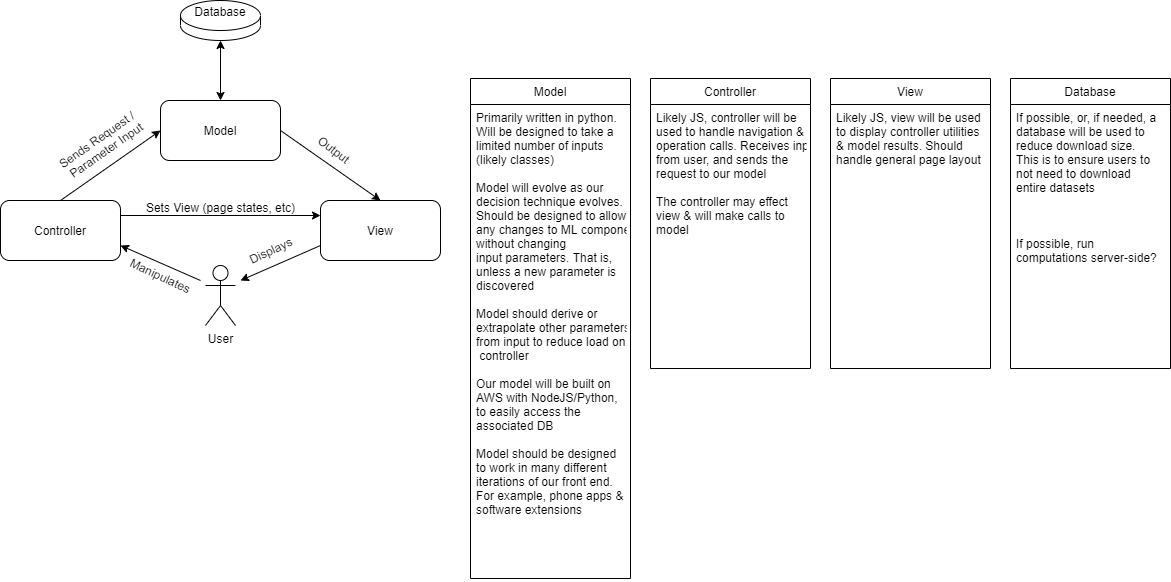
The draw.io diagram Documentation/Architecture/MVC/mvc.png in lane203m/SoundByte, before a commit. Source tidied: cells renumbered, new cells last; positions are measured from the earlier drawing's top-left corner, leaving out a move shared by most shapes. Source of this version:
```xml
<mxGraphModel>
  <root>
    <mxCell id="0" />
    <mxCell id="1" parent="0" />
    <mxCell id="2" value="Controller" style="rounded=1;whiteSpace=wrap;html=1;" parent="1" vertex="1">
      <mxGeometry y="200" width="120" height="60" as="geometry" />
    </mxCell>
    <mxCell id="3" value="Model" style="rounded=1;whiteSpace=wrap;html=1;" parent="1" vertex="1">
      <mxGeometry x="160" y="100" width="120" height="60" as="geometry" />
    </mxCell>
    <mxCell id="4" value="View" style="rounded=1;whiteSpace=wrap;html=1;" parent="1" vertex="1">
      <mxGeometry x="320" y="200" width="120" height="60" as="geometry" />
    </mxCell>
    <mxCell id="5" value="User" style="shape=umlActor;verticalLabelPosition=bottom;verticalAlign=top;html=1;" parent="1" vertex="1">
      <mxGeometry x="205" y="265" width="30" height="60" as="geometry" />
    </mxCell>
    <mxCell id="6" style="endArrow=classic;html=1;entryX=0;entryY=0.25;entryDx=0;entryDy=0;exitX=1;exitY=0.25;exitDx=0;exitDy=0;" parent="1" edge="1" source="2" target="4">
      <mxGeometry relative="1" as="geometry" />
    </mxCell>
    <mxCell id="7" style="endArrow=classic;html=1;entryX=1;entryY=0.75;entryDx=0;entryDy=0;" parent="1" edge="1" target="2">
      <mxGeometry relative="1" as="geometry">
        <mxPoint x="200" y="280" as="sourcePoint" />
      </mxGeometry>
    </mxCell>
    <mxCell id="8" style="endArrow=classic;html=1;exitX=0;exitY=0.75;exitDx=0;exitDy=0;" parent="1" edge="1" source="4">
      <mxGeometry relative="1" as="geometry">
        <mxPoint x="240" y="280" as="targetPoint" />
      </mxGeometry>
    </mxCell>
    <mxCell id="9" style="endArrow=classic;html=1;exitX=0.5;exitY=0;exitDx=0;exitDy=0;entryX=0;entryY=0.5;entryDx=0;entryDy=0;" parent="1" edge="1" source="2" target="3">
      <mxGeometry relative="1" as="geometry" />
    </mxCell>
    <mxCell id="10" style="endArrow=classic;html=1;exitX=1;exitY=0.5;exitDx=0;exitDy=0;entryX=0.5;entryY=0;entryDx=0;entryDy=0;" parent="1" edge="1" source="3" target="4">
      <mxGeometry relative="1" as="geometry" />
    </mxCell>
    <mxCell id="11" value="Sends Request /&lt;br&gt;&amp;nbsp;Parameter Input" style="text;html=1;align=center;verticalAlign=middle;rotation=-35;" parent="1" vertex="1">
      <mxGeometry x="50" y="130" width="100" height="30" as="geometry" />
    </mxCell>
    <mxCell id="12" value="Output&amp;nbsp;" style="text;html=1;align=center;verticalAlign=middle;rotation=37;" parent="1" vertex="1">
      <mxGeometry x="310" y="140" width="50" height="20" as="geometry" />
    </mxCell>
    <mxCell id="13" value="Sets View (page states, etc)" style="text;html=1;align=center;verticalAlign=middle;" parent="1" vertex="1">
      <mxGeometry x="140" y="197" width="160" height="20" as="geometry" />
    </mxCell>
    <mxCell id="14" value="Manipulates" style="text;html=1;align=center;verticalAlign=middle;rotation=25;" parent="1" vertex="1">
      <mxGeometry x="120" y="265" width="80" height="20" as="geometry" />
    </mxCell>
    <mxCell id="15" value="Displays" style="text;html=1;align=center;verticalAlign=middle;rotation=-25;" parent="1" vertex="1">
      <mxGeometry x="240" y="240" width="60" height="20" as="geometry" />
    </mxCell>
    <mxCell id="16" value="Database&lt;br&gt;&lt;br&gt;&lt;br&gt;&lt;br&gt;" style="shape=cylinder3;whiteSpace=wrap;html=1;boundedLbl=1;backgroundOutline=1;size=15;" parent="1" vertex="1">
      <mxGeometry x="180" width="80" height="40" as="geometry" />
    </mxCell>
    <mxCell id="17" value="Model" style="swimlane;fontStyle=0;horizontal=1;startSize=26;fillColor=none;shadow=0;" parent="1" vertex="1">
      <mxGeometry x="470" y="78" width="160" height="500" as="geometry" />
    </mxCell>
    <mxCell id="18" value="Primarily written in python.&#10;Will be designed to take a &#10;limited number of inputs &#10;(likely classes)&#10;&#10;Model will evolve as our &#10;decision technique evolves.&#10;Should be designed to allow &#10;any changes to ML component &#10;without changing &#10;input parameters. That is, &#10;unless a new parameter is &#10;discovered &#10;&#10;Model should derive or &#10;extrapolate other parameters &#10;from input to reduce load on&#10; controller &#10;&#10;Our model will be built on &#10;AWS with NodeJS/Python, &#10;to easily access the &#10;associated DB&#10;&#10;Model should be designed &#10;to work in many different &#10;iterations of our front end. &#10;For example, phone apps &amp;&#10;software extensions" style="text;strokeColor=none;fillColor=none;align=left;verticalAlign=top;spacingLeft=4;spacingRight=4;overflow=hidden;" parent="17" vertex="1">
      <mxGeometry y="26" width="160" height="474" as="geometry" />
    </mxCell>
    <mxCell id="19" value="Controller" style="swimlane;fontStyle=0;horizontal=1;startSize=26;fillColor=none;shadow=0;" parent="1" vertex="1">
      <mxGeometry x="650" y="78" width="160" height="290" as="geometry" />
    </mxCell>
    <mxCell id="20" value="Likely JS, controller will be &#10;used to handle navigation &amp;&#10;operation calls. Receives input&#10;from user, and sends the &#10;request to our model&#10;&#10;The controller may effect &#10;view &amp; will make calls to &#10;model &#10;&#10;&#10;" style="text;strokeColor=none;fillColor=none;align=left;verticalAlign=top;spacingLeft=4;spacingRight=4;overflow=hidden;" parent="19" vertex="1">
      <mxGeometry y="26" width="160" height="264" as="geometry" />
    </mxCell>
    <mxCell id="21" style="endArrow=classic;startArrow=classic;html=1;exitX=0.5;exitY=0;exitDx=0;exitDy=0;entryX=0.5;entryY=1;entryDx=0;entryDy=0;entryPerimeter=0;" parent="1" edge="1" source="3" target="16">
      <mxGeometry relative="1" as="geometry" />
    </mxCell>
    <mxCell id="22" value="View" style="swimlane;fontStyle=0;horizontal=1;startSize=26;fillColor=none;shadow=0;" parent="1" vertex="1">
      <mxGeometry x="830" y="78" width="160" height="290" as="geometry" />
    </mxCell>
    <mxCell id="23" value="Likely JS, view will be used &#10;to display controller utilities &#10;&amp; model results. Should &#10;handle general page layout &#10;&#10;" style="text;strokeColor=none;fillColor=none;align=left;verticalAlign=top;spacingLeft=4;spacingRight=4;overflow=hidden;" parent="22" vertex="1">
      <mxGeometry y="26" width="160" height="264" as="geometry" />
    </mxCell>
    <mxCell id="24" value="Database" style="swimlane;fontStyle=0;horizontal=1;startSize=26;fillColor=none;shadow=0;" parent="1" vertex="1">
      <mxGeometry x="1010" y="78" width="160" height="290" as="geometry" />
    </mxCell>
    <mxCell id="25" value="If possible, or, if needed, a &#10;database will be used to &#10;reduce download size. &#10;This is to ensure users to &#10;not need to download  &#10;entire datasets &#10;&#10;&#10;&#10;If possible, run &#10;computations server-side? &#10;&#10;" style="text;strokeColor=none;fillColor=none;align=left;verticalAlign=top;spacingLeft=4;spacingRight=4;overflow=hidden;" parent="24" vertex="1">
      <mxGeometry y="26" width="160" height="264" as="geometry" />
    </mxCell>
  </root>
</mxGraphModel>
```
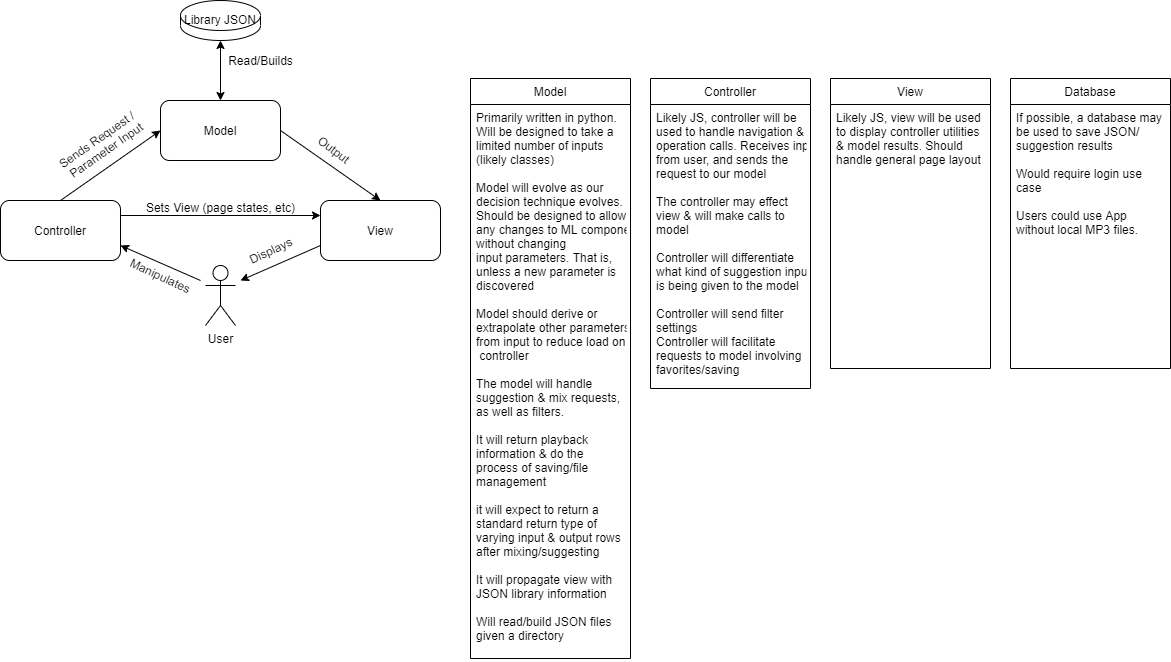
The same file after the commit.

Change to the diagram source:
```diff
@@ -48,20 +48,20 @@
     <mxCell id="15" value="Displays" style="text;html=1;align=center;verticalAlign=middle;rotation=-25;" parent="1" vertex="1">
       <mxGeometry x="240" y="240" width="60" height="20" as="geometry" />
     </mxCell>
-    <mxCell id="16" value="Database&lt;br&gt;&lt;br&gt;&lt;br&gt;&lt;br&gt;" style="shape=cylinder3;whiteSpace=wrap;html=1;boundedLbl=1;backgroundOutline=1;size=15;" parent="1" vertex="1">
+    <mxCell id="16" value="Library JSON&lt;br&gt;&lt;br&gt;&lt;br&gt;" style="shape=cylinder3;whiteSpace=wrap;html=1;boundedLbl=1;backgroundOutline=1;size=15;" parent="1" vertex="1">
       <mxGeometry x="180" width="80" height="40" as="geometry" />
     </mxCell>
     <mxCell id="17" value="Model" style="swimlane;fontStyle=0;horizontal=1;startSize=26;fillColor=none;shadow=0;" parent="1" vertex="1">
-      <mxGeometry x="470" y="78" width="160" height="500" as="geometry" />
+      <mxGeometry x="470" y="78" width="160" height="580" as="geometry" />
     </mxCell>
-    <mxCell id="18" value="Primarily written in python.&#10;Will be designed to take a &#10;limited number of inputs &#10;(likely classes)&#10;&#10;Model will evolve as our &#10;decision technique evolves.&#10;Should be designed to allow &#10;any changes to ML component &#10;without changing &#10;input parameters. That is, &#10;unless a new parameter is &#10;discovered &#10;&#10;Model should derive or &#10;extrapolate other parameters &#10;from input to reduce load on&#10; controller &#10;&#10;Our model will be built on &#10;AWS with NodeJS/Python, &#10;to easily access the &#10;associated DB&#10;&#10;Model should be designed &#10;to work in many different &#10;iterations of our front end. &#10;For example, phone apps &amp;&#10;software extensions" style="text;strokeColor=none;fillColor=none;align=left;verticalAlign=top;spacingLeft=4;spacingRight=4;overflow=hidden;" parent="17" vertex="1">
-      <mxGeometry y="26" width="160" height="474" as="geometry" />
+    <mxCell id="18" value="Primarily written in python.&#10;Will be designed to take a &#10;limited number of inputs &#10;(likely classes)&#10;&#10;Model will evolve as our &#10;decision technique evolves.&#10;Should be designed to allow &#10;any changes to ML component &#10;without changing &#10;input parameters. That is, &#10;unless a new parameter is &#10;discovered &#10;&#10;Model should derive or &#10;extrapolate other parameters &#10;from input to reduce load on&#10; controller &#10;&#10;The model will handle &#10;suggestion &amp; mix requests, &#10;as well as filters.&#10;&#10;It will return playback &#10;information &amp; do the &#10;process of saving/file &#10;management&#10;&#10;it will expect to return a &#10;standard return type of &#10;varying input &amp; output rows &#10;after mixing/suggesting&#10;&#10;It will propagate view with &#10;JSON library information&#10;&#10;Will read/build JSON files &#10;given a directory    &#10;" style="text;strokeColor=none;fillColor=none;align=left;verticalAlign=top;spacingLeft=4;spacingRight=4;overflow=hidden;" parent="17" vertex="1">
+      <mxGeometry y="26" width="160" height="554" as="geometry" />
     </mxCell>
     <mxCell id="19" value="Controller" style="swimlane;fontStyle=0;horizontal=1;startSize=26;fillColor=none;shadow=0;" parent="1" vertex="1">
-      <mxGeometry x="650" y="78" width="160" height="290" as="geometry" />
+      <mxGeometry x="650" y="78" width="160" height="310" as="geometry" />
     </mxCell>
-    <mxCell id="20" value="Likely JS, controller will be &#10;used to handle navigation &amp;&#10;operation calls. Receives input&#10;from user, and sends the &#10;request to our model&#10;&#10;The controller may effect &#10;view &amp; will make calls to &#10;model &#10;&#10;&#10;" style="text;strokeColor=none;fillColor=none;align=left;verticalAlign=top;spacingLeft=4;spacingRight=4;overflow=hidden;" parent="19" vertex="1">
-      <mxGeometry y="26" width="160" height="264" as="geometry" />
+    <mxCell id="20" value="Likely JS, controller will be &#10;used to handle navigation &amp;&#10;operation calls. Receives input&#10;from user, and sends the &#10;request to our model&#10;&#10;The controller may effect &#10;view &amp; will make calls to &#10;model &#10;&#10;Controller will differentiate &#10;what kind of suggestion input &#10;is being given to the model&#10;&#10;Controller will send filter &#10;settings&#10;Controller will facilitate &#10;requests to model involving &#10;favorites/saving &#10;&#10;" style="text;strokeColor=none;fillColor=none;align=left;verticalAlign=top;spacingLeft=4;spacingRight=4;overflow=hidden;" parent="19" vertex="1">
+      <mxGeometry y="26" width="160" height="284" as="geometry" />
     </mxCell>
     <mxCell id="21" style="endArrow=classic;startArrow=classic;html=1;exitX=0.5;exitY=0;exitDx=0;exitDy=0;entryX=0.5;entryY=1;entryDx=0;entryDy=0;entryPerimeter=0;" parent="1" edge="1" source="3" target="16">
       <mxGeometry relative="1" as="geometry" />
@@ -75,8 +75,11 @@
     <mxCell id="24" value="Database" style="swimlane;fontStyle=0;horizontal=1;startSize=26;fillColor=none;shadow=0;" parent="1" vertex="1">
       <mxGeometry x="1010" y="78" width="160" height="290" as="geometry" />
     </mxCell>
-    <mxCell id="25" value="If possible, or, if needed, a &#10;database will be used to &#10;reduce download size. &#10;This is to ensure users to &#10;not need to download  &#10;entire datasets &#10;&#10;&#10;&#10;If possible, run &#10;computations server-side? &#10;&#10;" style="text;strokeColor=none;fillColor=none;align=left;verticalAlign=top;spacingLeft=4;spacingRight=4;overflow=hidden;" parent="24" vertex="1">
+    <mxCell id="25" value="If possible, a database may &#10;be used to save JSON/&#10;suggestion results  &#10;&#10;Would require login use&#10;case&#10;&#10;Users could use App &#10;without local MP3 files. &#10;&#10;" style="text;strokeColor=none;fillColor=none;align=left;verticalAlign=top;spacingLeft=4;spacingRight=4;overflow=hidden;" parent="24" vertex="1">
       <mxGeometry y="26" width="160" height="264" as="geometry" />
     </mxCell>
+    <mxCell id="26" value="Read/Builds" style="text;html=1;align=center;verticalAlign=middle;" parent="1" vertex="1">
+      <mxGeometry x="220" y="50" width="80" height="20" as="geometry" />
+    </mxCell>
   </root>
 </mxGraphModel>
```
